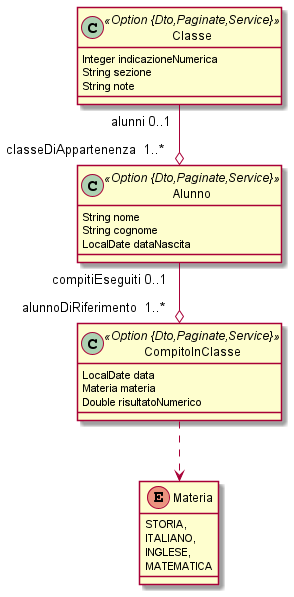
AlbertoMatt/Myschool keeps this PlantUML diagram as file_jdl/jhipster_jdl.png. Above is the earlier version.
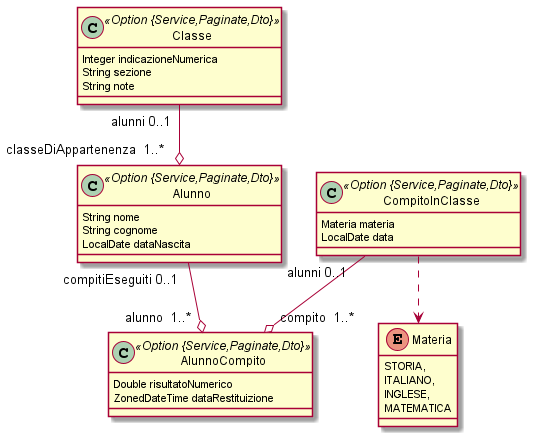
Above is the later version.

Change to the diagram source:
```diff
@@ -1,19 +1,22 @@
 @startuml
 	!pragma syntax class
-	class Classe <<Option {Dto,Paginate,Service}>> {
+	class Classe <<Option {Service,Paginate,Dto}>> {
 		Integer indicazioneNumerica
 		String sezione
 		String note
 	}
-	class Alunno <<Option {Dto,Paginate,Service}>> {
+	class Alunno <<Option {Service,Paginate,Dto}>> {
 		String nome
 		String cognome
 		LocalDate dataNascita
 	}
-	class CompitoInClasse <<Option {Dto,Paginate,Service}>> {
+	class AlunnoCompito <<Option {Service,Paginate,Dto}>> {
+		Double risultatoNumerico
+		ZonedDateTime dataRestituizione
+	}
+	class CompitoInClasse <<Option {Service,Paginate,Dto}>> {
+		Materia materia
 		LocalDate data
-		Materia materia
-		Double risultatoNumerico
 	}
 	CompitoInClasse ..> Materia
 	enum Materia {
@@ -22,6 +25,7 @@
 		INGLESE,
 		MATEMATICA
 	}
-	Alunno  "compitiEseguiti 0..1 " --o "alunnoDiRiferimento  1..* "  CompitoInClasse
+	Alunno  "compitiEseguiti 0..1 " --o "alunno  1..* "  AlunnoCompito
+	CompitoInClasse  "alunni 0..1 " --o "compito  1..* "  AlunnoCompito
 	Classe  "alunni 0..1 " --o "classeDiAppartenenza  1..* "  Alunno
 @enduml
```
